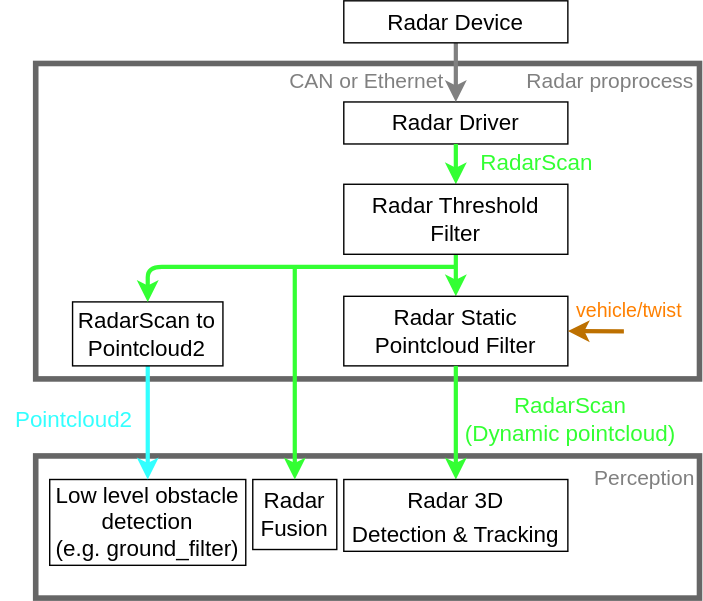
This is sensing/figure/radar_sensing.drawio.svg from scepter914/autoware-architecture-proposal, a draw.io export, as it was before one commit. Source tidied: cells renumbered, new cells last; positions are measured from the earlier drawing's top-left corner, leaving out a move shared by most shapes. The source it was exported from:
```xml
<mxGraphModel>
  <root>
    <mxCell id="0" />
    <mxCell id="1" parent="0" />
    <mxCell id="2" style="rounded=0;whiteSpace=wrap;html=1;fontSize=16;fontColor=#007FFF;strokeColor=#666666;strokeWidth=4;fillColor=none;" parent="1" vertex="1">
      <mxGeometry x="25" y="325" width="474" height="101.5" as="geometry" />
    </mxCell>
    <mxCell id="3" style="rounded=0;whiteSpace=wrap;html=1;fontSize=16;fontColor=#007FFF;strokeColor=#666666;strokeWidth=4;fillColor=none;" parent="1" vertex="1">
      <mxGeometry x="25" y="44.8" width="474" height="225.2" as="geometry" />
    </mxCell>
    <mxCell id="4" value="&lt;font&gt;&lt;font style=&quot;font-size: 16px&quot;&gt;Radar Driver&lt;/font&gt;&lt;br&gt;&lt;/font&gt;" style="rounded=0;whiteSpace=wrap;html=1;" parent="1" vertex="1">
      <mxGeometry x="245" y="72.2" width="160" height="30" as="geometry" />
    </mxCell>
    <mxCell id="5" style="endArrow=classic;html=1;entryX=0.5;entryY=0;entryDx=0;entryDy=0;strokeWidth=3;shadow=0;fillColor=#60a917;strokeColor=#808080;exitX=0.5;exitY=1;exitDx=0;exitDy=0;" parent="1" edge="1" source="17" target="4">
      <mxGeometry relative="1" as="geometry" />
    </mxCell>
    <mxCell id="6" value="&lt;font&gt;&lt;font color=&quot;#808080&quot; style=&quot;font-size: 15px&quot;&gt;CAN or Ethernet&lt;/font&gt;&lt;br&gt;&lt;/font&gt;" style="text;html=1;strokeColor=none;fillColor=none;align=center;verticalAlign=middle;whiteSpace=wrap;rounded=0;fontSize=15;" parent="1" vertex="1">
      <mxGeometry x="200" y="42.2" width="122.6" height="30" as="geometry" />
    </mxCell>
    <mxCell id="7" style="endArrow=classic;html=1;strokeWidth=3;exitX=0.5;exitY=1;exitDx=0;exitDy=0;fillColor=#60a917;strokeColor=#33FF33;entryX=0.5;entryY=0;entryDx=0;entryDy=0;" parent="1" edge="1" source="12" target="8">
      <mxGeometry relative="1" as="geometry" />
    </mxCell>
    <mxCell id="8" value="&lt;font&gt;&lt;font style=&quot;font-size: 16px&quot;&gt;Radar Static Pointcloud Filter&lt;/font&gt;&lt;br&gt;&lt;/font&gt;" style="rounded=0;whiteSpace=wrap;html=1;" parent="1" vertex="1">
      <mxGeometry x="245" y="211" width="160" height="49.7" as="geometry" />
    </mxCell>
    <mxCell id="9" style="endArrow=classic;html=1;strokeWidth=3;exitX=0.5;exitY=1;exitDx=0;exitDy=0;fillColor=#60a917;strokeColor=#33FF33;entryX=0.5;entryY=0;entryDx=0;entryDy=0;" parent="1" edge="1" source="4" target="12">
      <mxGeometry relative="1" as="geometry" />
    </mxCell>
    <mxCell id="10" style="endArrow=classic;html=1;strokeWidth=3;fillColor=#f0a30a;strokeColor=#BD7000;entryX=1;entryY=0.5;entryDx=0;entryDy=0;" parent="1" edge="1" target="8">
      <mxGeometry relative="1" as="geometry">
        <mxPoint x="445" y="236" as="sourcePoint" />
      </mxGeometry>
    </mxCell>
    <mxCell id="11" value="&lt;font style=&quot;font-size: 14px&quot;&gt;&lt;font color=&quot;#ff8000&quot;&gt;vehicle/twist&lt;/font&gt;&lt;br&gt;&lt;/font&gt;" style="text;html=1;strokeColor=none;fillColor=none;align=center;verticalAlign=middle;whiteSpace=wrap;rounded=0;fontSize=15;" parent="1" vertex="1">
      <mxGeometry x="424" y="205" width="50" height="30" as="geometry" />
    </mxCell>
    <mxCell id="12" value="&lt;font&gt;&lt;font style=&quot;font-size: 16px&quot;&gt;Radar Threshold Filter&lt;/font&gt;&lt;br&gt;&lt;/font&gt;" style="rounded=0;whiteSpace=wrap;html=1;" parent="1" vertex="1">
      <mxGeometry x="245" y="131" width="160" height="50" as="geometry" />
    </mxCell>
    <mxCell id="13" value="&lt;font style=&quot;font-size: 16px&quot;&gt;&lt;font style=&quot;font-size: 16px&quot; color=&quot;#33ff33&quot;&gt;RadarScan&lt;/font&gt;&lt;br&gt;&lt;/font&gt;" style="text;html=1;strokeColor=none;fillColor=none;align=center;verticalAlign=middle;whiteSpace=wrap;rounded=0;fontSize=15;" parent="1" vertex="1">
      <mxGeometry x="327.5" y="106" width="110" height="18" as="geometry" />
    </mxCell>
    <mxCell id="14" value="&lt;font&gt;&lt;font color=&quot;#808080&quot; style=&quot;font-size: 15px&quot;&gt;Radar proprocess&lt;/font&gt;&lt;br&gt;&lt;/font&gt;" style="text;html=1;strokeColor=none;fillColor=none;align=center;verticalAlign=middle;whiteSpace=wrap;rounded=0;fontSize=15;" parent="1" vertex="1">
      <mxGeometry x="374" y="42.2" width="122.6" height="30" as="geometry" />
    </mxCell>
    <mxCell id="15" style="endArrow=classic;html=1;strokeWidth=3;exitX=0.5;exitY=1;exitDx=0;exitDy=0;fillColor=#60a917;strokeColor=#33FF33;entryX=0.5;entryY=0;entryDx=0;entryDy=0;" parent="1" edge="1" source="8" target="16">
      <mxGeometry relative="1" as="geometry" />
    </mxCell>
    <mxCell id="16" value="&lt;font style=&quot;font-size: 20px&quot;&gt;&lt;span style=&quot;font-size: 16px&quot;&gt;Radar 3D &lt;br&gt;Detection &amp;amp; Tracking&lt;/span&gt;&lt;br&gt;&lt;/font&gt;" style="rounded=0;whiteSpace=wrap;html=1;" parent="1" vertex="1">
      <mxGeometry x="245" y="341.8" width="160" height="51.3" as="geometry" />
    </mxCell>
    <mxCell id="17" value="&lt;font&gt;&lt;font style=&quot;font-size: 16px&quot;&gt;Radar Device&lt;/font&gt;&lt;br&gt;&lt;/font&gt;" style="rounded=0;whiteSpace=wrap;html=1;" parent="1" vertex="1">
      <mxGeometry x="245" width="160" height="30" as="geometry" />
    </mxCell>
    <mxCell id="18" value="&lt;font style=&quot;font-size: 16px&quot;&gt;&lt;font style=&quot;font-size: 16px&quot; color=&quot;#33ff33&quot;&gt;RadarScan&lt;br&gt;(Dynamic pointcloud)&lt;/font&gt;&lt;br&gt;&lt;/font&gt;" style="text;html=1;strokeColor=none;fillColor=none;align=center;verticalAlign=middle;whiteSpace=wrap;rounded=0;fontSize=15;" parent="1" vertex="1">
      <mxGeometry x="327.5" y="277.2" width="157.5" height="43" as="geometry" />
    </mxCell>
    <mxCell id="19" value="&lt;font&gt;&lt;font style=&quot;font-size: 16px&quot;&gt;Radar&lt;br&gt;Fusion&lt;/font&gt;&lt;br&gt;&lt;/font&gt;" style="rounded=0;whiteSpace=wrap;html=1;" parent="1" vertex="1">
      <mxGeometry x="180" y="341.8" width="60" height="50" as="geometry" />
    </mxCell>
    <mxCell id="20" value="&lt;font&gt;&lt;font color=&quot;#808080&quot;&gt;Perception&lt;/font&gt;&lt;br&gt;&lt;/font&gt;" style="text;html=1;strokeColor=none;fillColor=none;align=center;verticalAlign=middle;whiteSpace=wrap;rounded=0;fontSize=15;" parent="1" vertex="1">
      <mxGeometry x="421.4" y="325" width="77.6" height="30" as="geometry" />
    </mxCell>
    <mxCell id="21" value="&lt;font style=&quot;font-size: 16px&quot;&gt;&lt;span&gt;Low level obstacle detection&lt;br&gt;&lt;/span&gt;&lt;span&gt;(e.g. ground_filter)&lt;/span&gt;&lt;br&gt;&lt;/font&gt;" style="rounded=0;whiteSpace=wrap;html=1;" parent="1" vertex="1">
      <mxGeometry x="35" y="341.8" width="140" height="61.3" as="geometry" />
    </mxCell>
    <mxCell id="22" style="endArrow=classic;html=1;strokeWidth=3;exitX=0.5;exitY=1;exitDx=0;exitDy=0;fillColor=#60a917;strokeColor=#33FFFF;entryX=0.5;entryY=0;entryDx=0;entryDy=0;" parent="1" edge="1" source="23" target="21">
      <mxGeometry relative="1" as="geometry" />
    </mxCell>
    <mxCell id="23" value="&lt;font&gt;&lt;font style=&quot;font-size: 16px&quot;&gt;RadarScan to Pointcloud2&lt;/font&gt;&lt;br&gt;&lt;/font&gt;" style="rounded=0;whiteSpace=wrap;html=1;" parent="1" vertex="1">
      <mxGeometry x="51.3" y="215" width="107.4" height="45.7" as="geometry" />
    </mxCell>
    <mxCell id="24" value="&lt;font style=&quot;font-size: 16px&quot;&gt;&lt;font color=&quot;#33ffff&quot;&gt;&lt;font style=&quot;font-size: 16px&quot;&gt;Pointcloud2&lt;/font&gt;&lt;/font&gt;&lt;br&gt;&lt;/font&gt;" style="text;html=1;strokeColor=none;fillColor=none;align=center;verticalAlign=middle;whiteSpace=wrap;rounded=0;fontSize=15;" parent="1" vertex="1">
      <mxGeometry y="285" width="105" height="27.5" as="geometry" />
    </mxCell>
    <mxCell id="25" style="endArrow=classic;html=1;strokeWidth=3;fillColor=#60a917;strokeColor=#33FF33;entryX=0.5;entryY=0;entryDx=0;entryDy=0;" parent="1" edge="1" target="23">
      <mxGeometry relative="1" as="geometry">
        <mxPoint x="325" y="190" as="sourcePoint" />
        <Array as="points">
          <mxPoint x="105" y="190" />
        </Array>
      </mxGeometry>
    </mxCell>
    <mxCell id="26" style="endArrow=classic;html=1;strokeWidth=3;fillColor=#60a917;strokeColor=#33FF33;entryX=0.5;entryY=0;entryDx=0;entryDy=0;" parent="1" edge="1" target="19">
      <mxGeometry relative="1" as="geometry">
        <mxPoint x="210" y="190" as="sourcePoint" />
      </mxGeometry>
    </mxCell>
  </root>
</mxGraphModel>
```
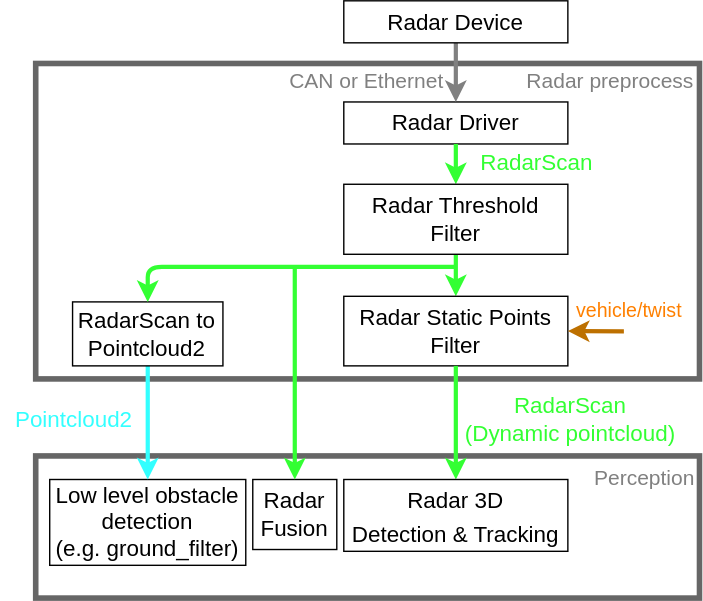
Later version of the same file.

Commit message:
add sensing proposal

What changed in the source:
```diff
@@ -20,7 +20,7 @@
     <mxCell id="7" style="endArrow=classic;html=1;strokeWidth=3;exitX=0.5;exitY=1;exitDx=0;exitDy=0;fillColor=#60a917;strokeColor=#33FF33;entryX=0.5;entryY=0;entryDx=0;entryDy=0;" parent="1" edge="1" source="12" target="8">
       <mxGeometry relative="1" as="geometry" />
     </mxCell>
-    <mxCell id="8" value="&lt;font&gt;&lt;font style=&quot;font-size: 16px&quot;&gt;Radar Static Pointcloud Filter&lt;/font&gt;&lt;br&gt;&lt;/font&gt;" style="rounded=0;whiteSpace=wrap;html=1;" parent="1" vertex="1">
+    <mxCell id="8" value="&lt;font&gt;&lt;font style=&quot;font-size: 16px&quot;&gt;Radar Static Points Filter&lt;/font&gt;&lt;br&gt;&lt;/font&gt;" style="rounded=0;whiteSpace=wrap;html=1;" parent="1" vertex="1">
       <mxGeometry x="245" y="211" width="160" height="49.7" as="geometry" />
     </mxCell>
     <mxCell id="9" style="endArrow=classic;html=1;strokeWidth=3;exitX=0.5;exitY=1;exitDx=0;exitDy=0;fillColor=#60a917;strokeColor=#33FF33;entryX=0.5;entryY=0;entryDx=0;entryDy=0;" parent="1" edge="1" source="4" target="12">
@@ -40,7 +40,7 @@
     <mxCell id="13" value="&lt;font style=&quot;font-size: 16px&quot;&gt;&lt;font style=&quot;font-size: 16px&quot; color=&quot;#33ff33&quot;&gt;RadarScan&lt;/font&gt;&lt;br&gt;&lt;/font&gt;" style="text;html=1;strokeColor=none;fillColor=none;align=center;verticalAlign=middle;whiteSpace=wrap;rounded=0;fontSize=15;" parent="1" vertex="1">
       <mxGeometry x="327.5" y="106" width="110" height="18" as="geometry" />
     </mxCell>
-    <mxCell id="14" value="&lt;font&gt;&lt;font color=&quot;#808080&quot; style=&quot;font-size: 15px&quot;&gt;Radar proprocess&lt;/font&gt;&lt;br&gt;&lt;/font&gt;" style="text;html=1;strokeColor=none;fillColor=none;align=center;verticalAlign=middle;whiteSpace=wrap;rounded=0;fontSize=15;" parent="1" vertex="1">
+    <mxCell id="14" value="&lt;font&gt;&lt;font color=&quot;#808080&quot; style=&quot;font-size: 15px&quot;&gt;Radar preprocess&lt;/font&gt;&lt;br&gt;&lt;/font&gt;" style="text;html=1;strokeColor=none;fillColor=none;align=center;verticalAlign=middle;whiteSpace=wrap;rounded=0;fontSize=15;" parent="1" vertex="1">
       <mxGeometry x="374" y="42.2" width="122.6" height="30" as="geometry" />
     </mxCell>
     <mxCell id="15" style="endArrow=classic;html=1;strokeWidth=3;exitX=0.5;exitY=1;exitDx=0;exitDy=0;fillColor=#60a917;strokeColor=#33FF33;entryX=0.5;entryY=0;entryDx=0;entryDy=0;" parent="1" edge="1" source="8" target="16">
```
